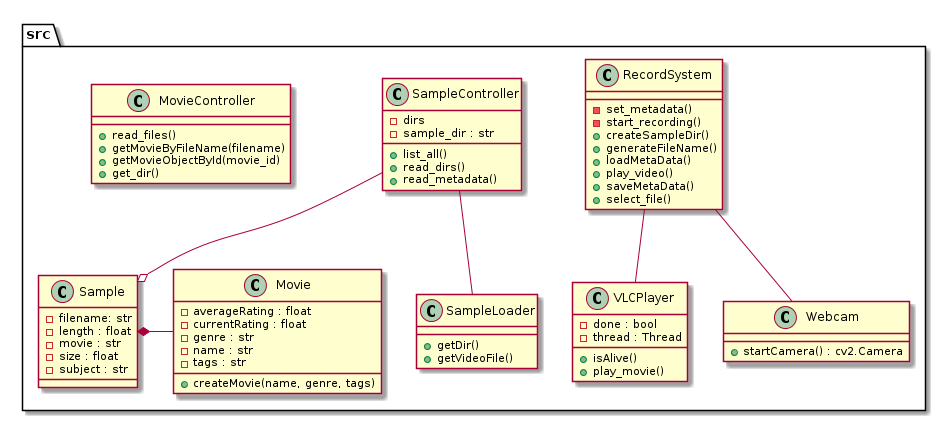
z80lives/affective-movie-evaluator keeps this PlantUML diagram as designDocs/report/img/class1.png. Above is the earlier version.
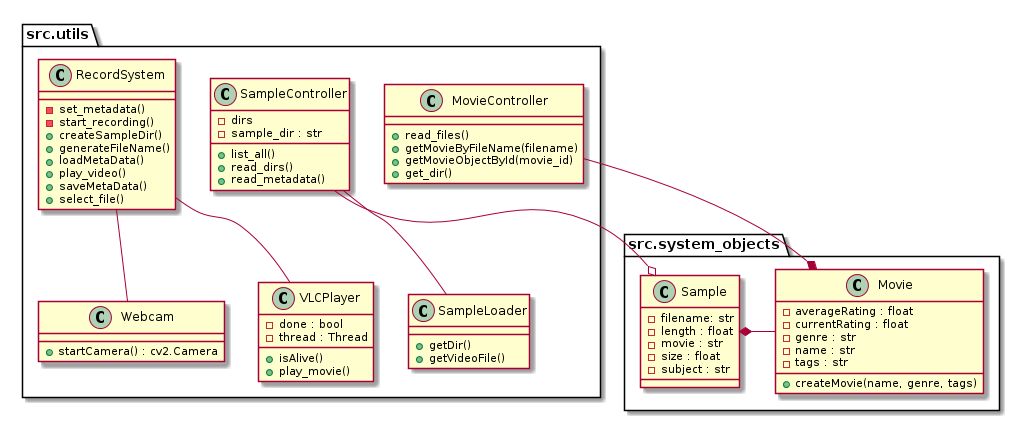
The same diagram one commit later.

Diff of the diagram source:
```diff
@@ -1,6 +1,6 @@
 @startuml
 
-package src{
+package src.system_objects{
 class Movie{
  - averageRating : float
  - currentRating : float
@@ -19,6 +19,10 @@
  - subject : str
 }
 
+}
+
+
+package src.utils{
 
 RecordSystem -- VLCPlayer
 RecordSystem -- Webcam
@@ -48,6 +52,7 @@
  + read_metadata()
 }
 
+Movie *- MovieController
 class MovieController{
   + read_files()
   + getMovieByFileName(filename)
```
